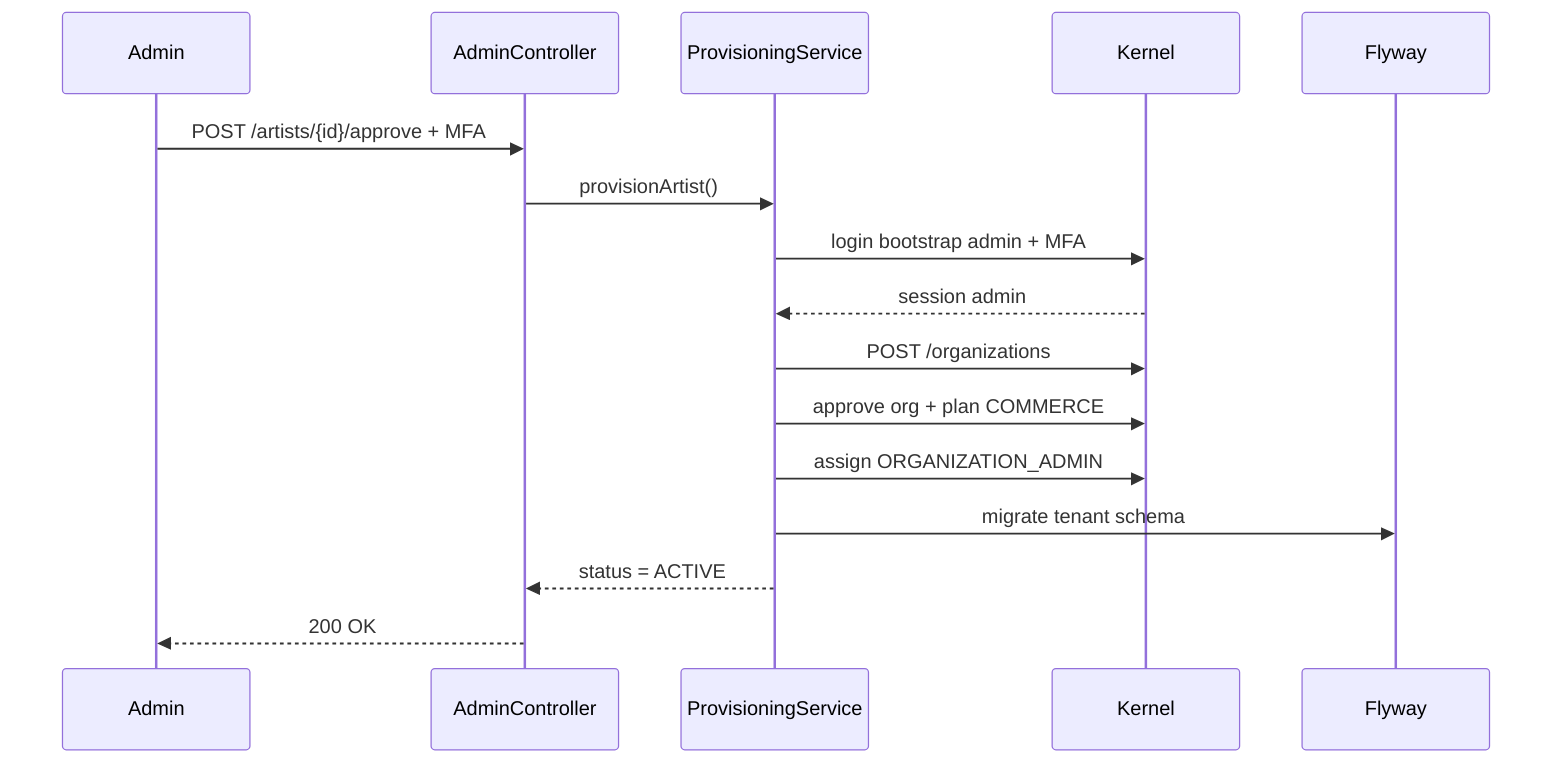
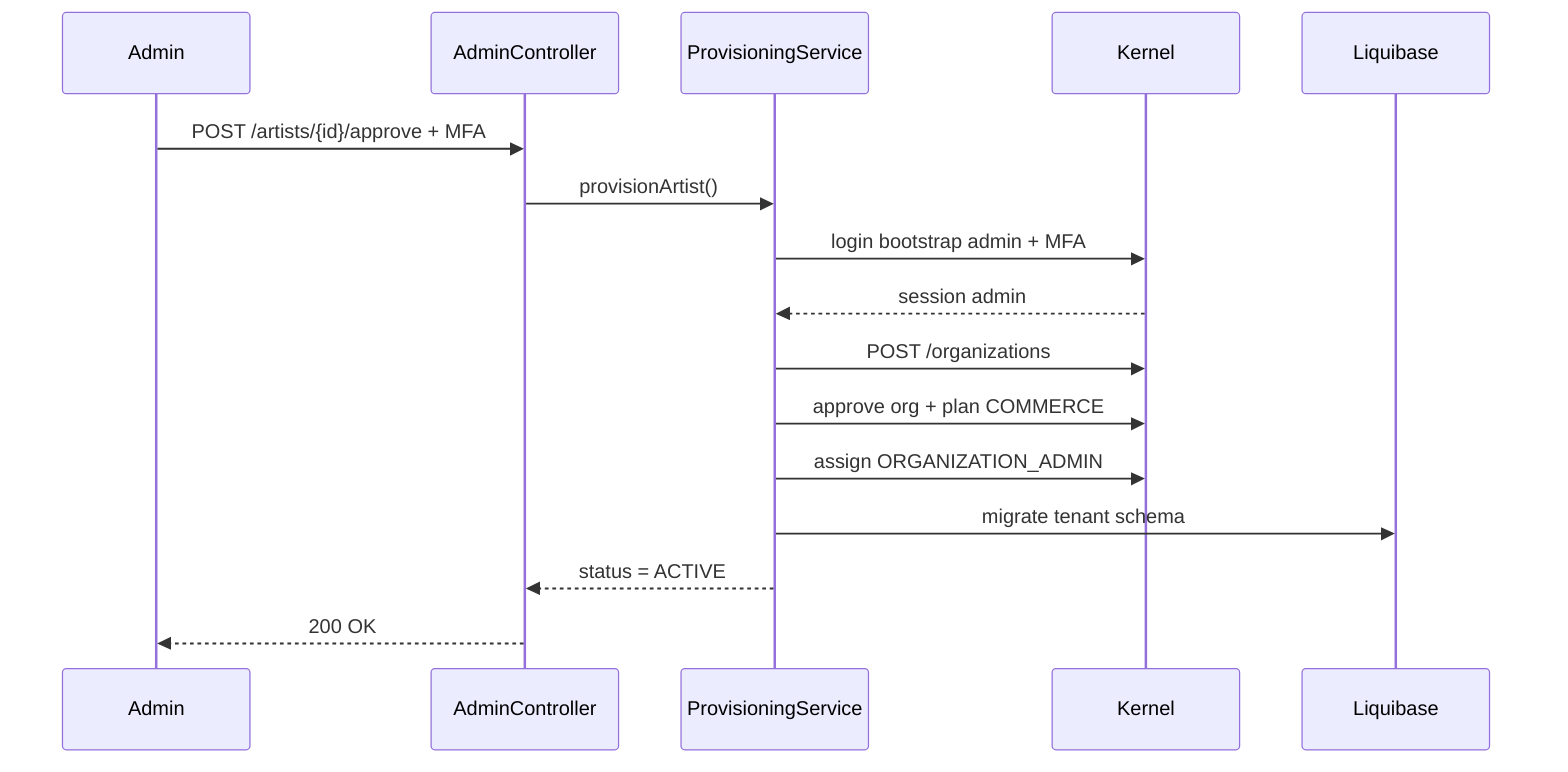
sequenceDiagram
    participant A as Admin
    participant AC as AdminController
    participant PS as ProvisioningService
    participant K as Kernel
-     participant F as Flyway
+     participant F as Liquibase

    A->>AC: POST /artists/{id}/approve + MFA
    AC->>PS: provisionArtist()
    PS->>K: login bootstrap admin + MFA
    K-->>PS: session admin
    PS->>K: POST /organizations
    PS->>K: approve org + plan COMMERCE
    PS->>K: assign ORGANIZATION_ADMIN
    PS->>F: migrate tenant schema
    PS-->>AC: status = ACTIVE
    AC-->>A: 200 OK
